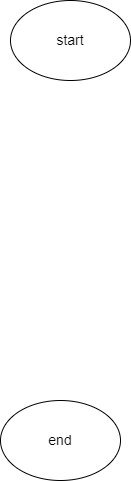
This is scheme.drawio.png from VanUliK/total_work, a draw.io export, as it was before one commit. Source tidied: cells renumbered, new cells last; positions are measured from the earlier drawing's top-left corner, leaving out a move shared by most shapes. Its diagram source:
```xml
<mxGraphModel>
  <root>
    <mxCell id="0" />
    <mxCell id="1" parent="0" />
    <mxCell id="2" value="start" style="ellipse;whiteSpace=wrap;html=1;fontSize=14;" parent="1" vertex="1">
      <mxGeometry x="10" width="120" height="80" as="geometry" />
    </mxCell>
    <mxCell id="3" value="end" style="ellipse;whiteSpace=wrap;html=1;fontSize=14;" parent="1" vertex="1">
      <mxGeometry y="400" width="120" height="80" as="geometry" />
    </mxCell>
  </root>
</mxGraphModel>
```
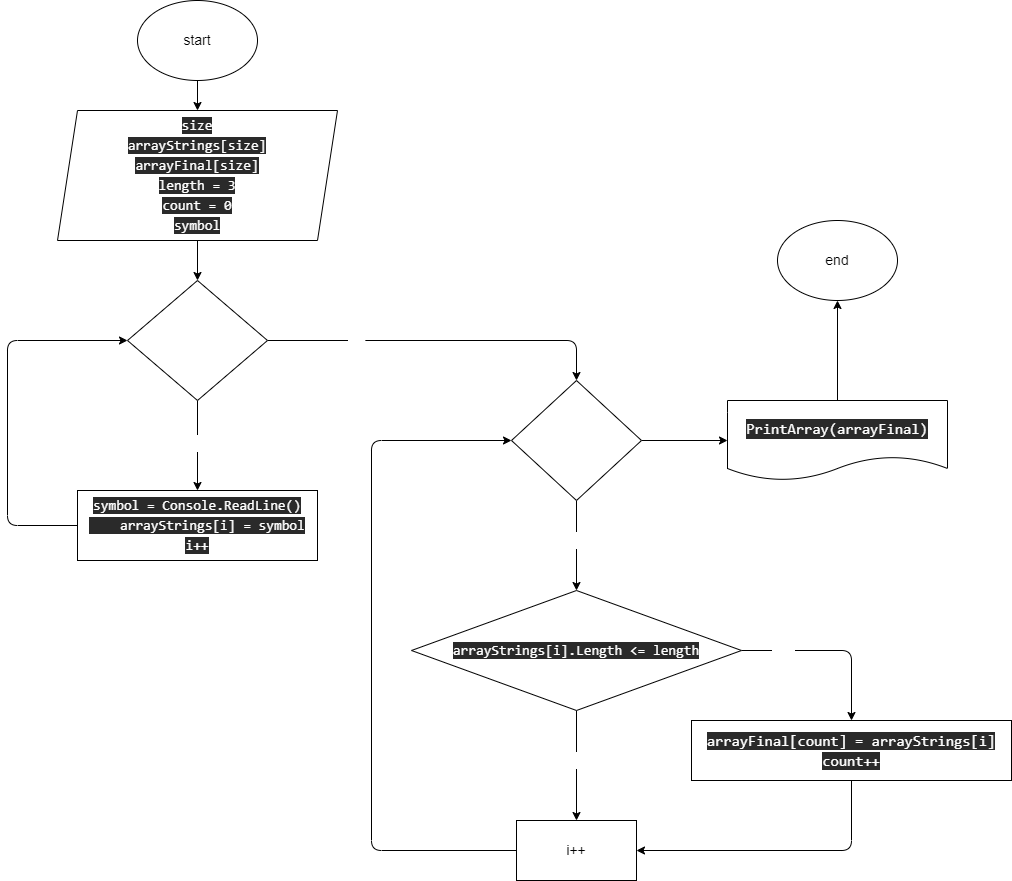
The same diagram one commit later.

Commit message:
solution algorithm

The edit, as a diff of the source:
```diff
@@ -2,11 +2,116 @@
   <root>
     <mxCell id="0" />
     <mxCell id="1" parent="0" />
+    <mxCell id="4" style="edgeStyle=none;html=1;exitX=0.5;exitY=1;exitDx=0;exitDy=0;entryX=0.5;entryY=0;entryDx=0;entryDy=0;fontSize=14;" parent="1" edge="1" source="2" target="6">
+      <mxGeometry relative="1" as="geometry" />
+    </mxCell>
     <mxCell id="2" value="start" style="ellipse;whiteSpace=wrap;html=1;fontSize=14;" parent="1" vertex="1">
       <mxGeometry x="10" width="120" height="80" as="geometry" />
     </mxCell>
     <mxCell id="3" value="end" style="ellipse;whiteSpace=wrap;html=1;fontSize=14;" parent="1" vertex="1">
-      <mxGeometry y="400" width="120" height="80" as="geometry" />
+      <mxGeometry x="650" y="220" width="120" height="80" as="geometry" />
     </mxCell>
+    <mxCell id="5" style="edgeStyle=none;html=1;fontColor=none;fontSize=14;" parent="1" edge="1" source="6" target="11">
+      <mxGeometry relative="1" as="geometry" />
+    </mxCell>
+    <mxCell id="6" value="&lt;div style=&quot;font-family: &amp;#34;consolas&amp;#34; , &amp;#34;courier new&amp;#34; , monospace ; font-size: 14px ; line-height: 20px&quot;&gt;&lt;div style=&quot;font-family: &amp;#34;consolas&amp;#34; , &amp;#34;courier new&amp;#34; , monospace ; line-height: 20px ; font-size: 14px&quot;&gt;&lt;div style=&quot;line-height: 20px ; font-size: 14px&quot;&gt;&lt;span style=&quot;background-color: rgb(42 , 42 , 42) ; font-size: 14px&quot;&gt;&lt;font color=&quot;#ffffff&quot;&gt;&lt;span style=&quot;font-size: 14px&quot;&gt;size&lt;/span&gt;&lt;br style=&quot;font-size: 14px&quot;&gt;&lt;/font&gt;&lt;/span&gt;&lt;/div&gt;&lt;div style=&quot;line-height: 20px ; font-size: 14px&quot;&gt;&lt;div style=&quot;line-height: 20px ; font-size: 14px&quot;&gt;&lt;div style=&quot;line-height: 20px ; font-size: 14px&quot;&gt;&lt;span style=&quot;background-color: rgb(42 , 42 , 42) ; font-size: 14px&quot;&gt;&lt;font color=&quot;#ffffff&quot;&gt;arrayStrings[size]&lt;/font&gt;&lt;/span&gt;&lt;/div&gt;&lt;/div&gt;&lt;div style=&quot;line-height: 20px ; font-size: 14px&quot;&gt;&lt;span style=&quot;background-color: rgb(42 , 42 , 42) ; font-size: 14px&quot;&gt;&lt;font color=&quot;#ffffff&quot;&gt;arrayFinal[size]&lt;/font&gt;&lt;/span&gt;&lt;/div&gt;&lt;div style=&quot;font-size: 14px&quot;&gt;&lt;span style=&quot;background-color: rgb(42 , 42 , 42) ; font-size: 14px&quot;&gt;&lt;font color=&quot;#ffffff&quot;&gt;&lt;span style=&quot;font-size: 14px&quot;&gt;length&lt;/span&gt; = &lt;span style=&quot;font-size: 14px&quot;&gt;3&lt;/span&gt;&lt;br style=&quot;font-size: 14px&quot;&gt;&lt;/font&gt;&lt;/span&gt;&lt;/div&gt;&lt;/div&gt;&lt;/div&gt;&lt;div style=&quot;font-family: &amp;#34;consolas&amp;#34; , &amp;#34;courier new&amp;#34; , monospace ; line-height: 20px ; font-size: 14px&quot;&gt;&lt;div style=&quot;line-height: 20px ; font-size: 14px&quot;&gt;&lt;div style=&quot;font-size: 14px&quot;&gt;&lt;span style=&quot;background-color: rgb(42 , 42 , 42) ; font-size: 14px&quot;&gt;&lt;font color=&quot;#ffffff&quot;&gt;&lt;span style=&quot;font-size: 14px&quot;&gt;count&lt;/span&gt; = &lt;span style=&quot;font-size: 14px&quot;&gt;0&lt;/span&gt;&lt;/font&gt;&lt;/span&gt;&lt;/div&gt;&lt;div style=&quot;font-size: 14px&quot;&gt;&lt;div style=&quot;font-family: &amp;#34;consolas&amp;#34; , &amp;#34;courier new&amp;#34; , monospace ; line-height: 20px ; font-size: 14px&quot;&gt;&lt;span style=&quot;background-color: rgb(42 , 42 , 42) ; font-size: 14px&quot;&gt;&lt;font color=&quot;#ffffff&quot;&gt;symbol&lt;/font&gt;&lt;/span&gt;&lt;/div&gt;&lt;/div&gt;&lt;/div&gt;&lt;/div&gt;&lt;/div&gt;" style="shape=parallelogram;perimeter=parallelogramPerimeter;whiteSpace=wrap;html=1;fixedSize=1;fillColor=default;strokeColor=default;fontSize=14;" parent="1" vertex="1">
+      <mxGeometry x="-70" y="110" width="280" height="130" as="geometry" />
+    </mxCell>
+    <mxCell id="7" style="edgeStyle=none;html=1;fontSize=14;fontColor=none;" parent="1" edge="1" source="11" target="13">
+      <mxGeometry relative="1" as="geometry" />
+    </mxCell>
+    <mxCell id="8" value="&lt;font color=&quot;#ffffff&quot; style=&quot;font-size: 14px;&quot;&gt;Yes&lt;/font&gt;" style="edgeLabel;html=1;align=center;verticalAlign=middle;fontSize=14;fontColor=none;" parent="7" vertex="1">
+      <mxGeometry x="0.45" relative="1" as="geometry">
+        <mxPoint y="-23" as="offset" />
+      </mxGeometry>
+    </mxCell>
+    <mxCell id="9" style="edgeStyle=none;html=1;fontSize=14;fontColor=#FFFFFF;entryX=0.5;entryY=0;entryDx=0;entryDy=0;" parent="1" edge="1" source="11" target="17">
+      <mxGeometry relative="1" as="geometry">
+        <Array as="points">
+          <mxPoint x="449" y="340" />
+        </Array>
+      </mxGeometry>
+    </mxCell>
+    <mxCell id="10" value="No" style="edgeLabel;html=1;align=center;verticalAlign=middle;fontSize=14;fontColor=#FFFFFF;" parent="9" vertex="1">
+      <mxGeometry x="-0.49" y="2" relative="1" as="geometry" />
+    </mxCell>
+    <mxCell id="11" value="&lt;span style=&quot;color: rgb(255, 255, 255); font-family: consolas, &amp;quot;courier new&amp;quot;, monospace; font-size: 14px;&quot;&gt;i = 0&lt;br style=&quot;font-size: 14px;&quot;&gt;i &amp;lt; size&lt;/span&gt;" style="rhombus;whiteSpace=wrap;html=1;fontSize=14;" parent="1" vertex="1">
+      <mxGeometry y="280" width="140" height="120" as="geometry" />
+    </mxCell>
+    <mxCell id="12" style="edgeStyle=none;html=1;exitX=0;exitY=0.5;exitDx=0;exitDy=0;entryX=0;entryY=0.5;entryDx=0;entryDy=0;fontSize=14;fontColor=none;" parent="1" edge="1" source="13" target="11">
+      <mxGeometry relative="1" as="geometry">
+        <Array as="points">
+          <mxPoint x="-120" y="525" />
+          <mxPoint x="-120" y="340" />
+        </Array>
+      </mxGeometry>
+    </mxCell>
+    <mxCell id="13" value="&lt;div style=&quot;font-family: consolas, &amp;quot;courier new&amp;quot;, monospace; font-size: 14px; line-height: 20px;&quot;&gt;&lt;div style=&quot;font-size: 14px;&quot;&gt;&lt;font color=&quot;#ffffff&quot; style=&quot;background-color: rgb(42, 42, 42); font-size: 14px;&quot;&gt;symbol = Console.ReadLine()&lt;/font&gt;&lt;/div&gt;&lt;div style=&quot;font-size: 14px;&quot;&gt;&lt;font color=&quot;#ffffff&quot; style=&quot;background-color: rgb(42, 42, 42); font-size: 14px;&quot;&gt;&amp;nbsp; &amp;nbsp; arrayStrings[i] = symbol&lt;/font&gt;&lt;/div&gt;&lt;div style=&quot;font-size: 14px;&quot;&gt;&lt;font color=&quot;#ffffff&quot; style=&quot;background-color: rgb(42, 42, 42); font-size: 14px;&quot;&gt;i++&lt;/font&gt;&lt;/div&gt;&lt;/div&gt;" style="whiteSpace=wrap;html=1;fontSize=14;" parent="1" vertex="1">
+      <mxGeometry x="-50" y="490" width="240" height="70" as="geometry" />
+    </mxCell>
+    <mxCell id="14" style="edgeStyle=none;html=1;fontSize=14;fontColor=#FFFFFF;" parent="1" edge="1" source="17" target="22">
+      <mxGeometry relative="1" as="geometry" />
+    </mxCell>
+    <mxCell id="15" value="Yes" style="edgeLabel;html=1;align=center;verticalAlign=middle;fontSize=14;fontColor=#FFFFFF;" parent="14" vertex="1">
+      <mxGeometry x="-0.49" y="2" relative="1" as="geometry">
+        <mxPoint x="-2" y="17" as="offset" />
+      </mxGeometry>
+    </mxCell>
+    <mxCell id="16" style="edgeStyle=none;html=1;exitX=1;exitY=0.5;exitDx=0;exitDy=0;entryX=0;entryY=0.5;entryDx=0;entryDy=0;fontSize=14;fontColor=#FFFFFF;" parent="1" edge="1" source="17" target="28">
+      <mxGeometry relative="1" as="geometry" />
+    </mxCell>
+    <mxCell id="17" value="&lt;div style=&quot;font-family: consolas, &amp;quot;courier new&amp;quot;, monospace; font-size: 14px; line-height: 20px;&quot;&gt;&lt;span style=&quot;color: rgb(255, 255, 255); font-size: 14px;&quot;&gt;i = 0&lt;/span&gt;&lt;br style=&quot;color: rgb(255, 255, 255); font-size: 14px;&quot;&gt;&lt;span style=&quot;color: rgb(255, 255, 255); font-size: 14px;&quot;&gt;i &amp;lt; size&lt;/span&gt;&lt;br style=&quot;font-size: 14px;&quot;&gt;&lt;/div&gt;" style="rhombus;whiteSpace=wrap;html=1;fontSize=14;" parent="1" vertex="1">
+      <mxGeometry x="384" y="380" width="130" height="120" as="geometry" />
+    </mxCell>
+    <mxCell id="18" style="edgeStyle=none;html=1;fontSize=14;fontColor=#FFFFFF;" parent="1" edge="1" source="22" target="24">
+      <mxGeometry relative="1" as="geometry" />
+    </mxCell>
+    <mxCell id="19" value="No" style="edgeLabel;html=1;align=center;verticalAlign=middle;fontSize=14;fontColor=#FFFFFF;" parent="18" vertex="1">
+      <mxGeometry x="-0.45" y="-2" relative="1" as="geometry">
+        <mxPoint x="2" y="19" as="offset" />
+      </mxGeometry>
+    </mxCell>
+    <mxCell id="20" style="edgeStyle=none;html=1;fontSize=14;fontColor=#FFFFFF;" parent="1" edge="1" source="22" target="26">
+      <mxGeometry relative="1" as="geometry">
+        <Array as="points">
+          <mxPoint x="724" y="650" />
+        </Array>
+      </mxGeometry>
+    </mxCell>
+    <mxCell id="21" value="Yes" style="edgeLabel;html=1;align=center;verticalAlign=middle;fontSize=14;fontColor=#FFFFFF;" parent="20" vertex="1">
+      <mxGeometry x="-0.72" y="1" relative="1" as="geometry">
+        <mxPoint x="16" y="1" as="offset" />
+      </mxGeometry>
+    </mxCell>
+    <mxCell id="22" value="&lt;div style=&quot;font-family: consolas, &amp;quot;courier new&amp;quot;, monospace; font-size: 14px; line-height: 20px;&quot;&gt;&lt;div style=&quot;font-family: consolas, &amp;quot;courier new&amp;quot;, monospace; line-height: 20px; font-size: 14px;&quot;&gt;&lt;font color=&quot;#ffffff&quot; style=&quot;background-color: rgb(42, 42, 42); font-size: 14px;&quot;&gt;arrayStrings[i].Length &amp;lt;= length&lt;/font&gt;&lt;/div&gt;&lt;/div&gt;" style="rhombus;whiteSpace=wrap;html=1;fontSize=14;" parent="1" vertex="1">
+      <mxGeometry x="284" y="590" width="330" height="120" as="geometry" />
+    </mxCell>
+    <mxCell id="23" style="edgeStyle=none;html=1;exitX=0;exitY=0.5;exitDx=0;exitDy=0;entryX=0;entryY=0.5;entryDx=0;entryDy=0;fontSize=14;fontColor=#FFFFFF;" parent="1" edge="1" source="24" target="17">
+      <mxGeometry relative="1" as="geometry">
+        <Array as="points">
+          <mxPoint x="244" y="850" />
+          <mxPoint x="244" y="440" />
+        </Array>
+      </mxGeometry>
+    </mxCell>
+    <mxCell id="24" value="i++" style="whiteSpace=wrap;html=1;fontSize=14;" parent="1" vertex="1">
+      <mxGeometry x="389" y="820" width="120" height="60" as="geometry" />
+    </mxCell>
+    <mxCell id="25" style="edgeStyle=none;html=1;exitX=0.5;exitY=1;exitDx=0;exitDy=0;entryX=1;entryY=0.5;entryDx=0;entryDy=0;fontSize=14;fontColor=#FFFFFF;" parent="1" edge="1" source="26" target="24">
+      <mxGeometry relative="1" as="geometry">
+        <Array as="points">
+          <mxPoint x="724" y="850" />
+        </Array>
+      </mxGeometry>
+    </mxCell>
+    <mxCell id="26" value="&lt;div style=&quot;font-family: &amp;#34;consolas&amp;#34; , &amp;#34;courier new&amp;#34; , monospace ; font-size: 15px ; line-height: 20px&quot;&gt;&lt;div&gt;&lt;font color=&quot;#ffffff&quot; style=&quot;background-color: rgb(42 , 42 , 42)&quot;&gt;arrayFinal[count] = arrayStrings[i]&lt;/font&gt;&lt;/div&gt;&lt;div&gt;&lt;font color=&quot;#ffffff&quot; style=&quot;background-color: rgb(42 , 42 , 42)&quot;&gt;count++&lt;/font&gt;&lt;/div&gt;&lt;/div&gt;" style="whiteSpace=wrap;html=1;fontSize=14;" parent="1" vertex="1">
+      <mxGeometry x="564" y="720" width="320" height="60" as="geometry" />
+    </mxCell>
+    <mxCell id="27" style="edgeStyle=none;html=1;exitX=0.5;exitY=0;exitDx=0;exitDy=0;entryX=0.5;entryY=1;entryDx=0;entryDy=0;fontSize=14;fontColor=#FFFFFF;" parent="1" edge="1" source="28" target="3">
+      <mxGeometry relative="1" as="geometry" />
+    </mxCell>
+    <mxCell id="28" value="&lt;div style=&quot;font-family: &amp;#34;consolas&amp;#34; , &amp;#34;courier new&amp;#34; , monospace ; font-size: 15px ; line-height: 20px&quot;&gt;&lt;span style=&quot;background-color: rgb(42 , 42 , 42)&quot;&gt;PrintArray(arrayFinal)&lt;/span&gt;&lt;/div&gt;" style="shape=document;whiteSpace=wrap;html=1;boundedLbl=1;labelBackgroundColor=#2A2A2A;fontSize=14;fontColor=#FFFFFF;strokeColor=default;fillColor=default;" parent="1" vertex="1">
+      <mxGeometry x="600" y="400" width="220" height="80" as="geometry" />
+    </mxCell>
   </root>
 </mxGraphModel>
```
